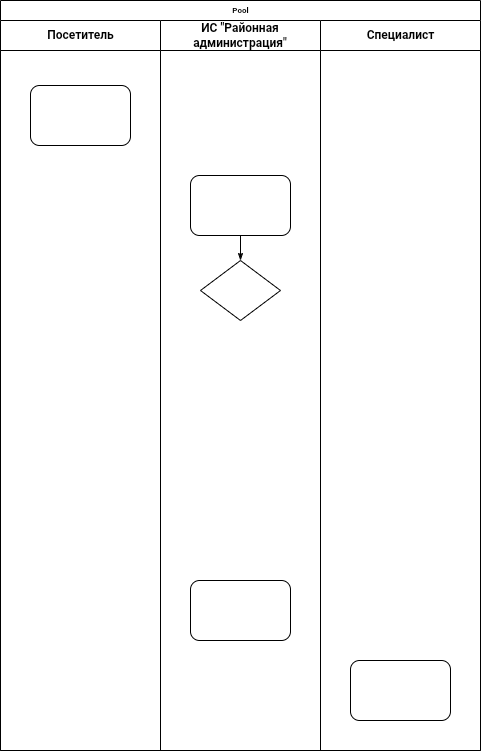
Avokada/ais_mtuci keeps this draw.io diagram as Диаграмма деятельности.drawio.png. Above is the earlier version. Source tidied: cells renumbered, new cells last; positions are measured from the earlier drawing's top-left corner, leaving out a move shared by most shapes.
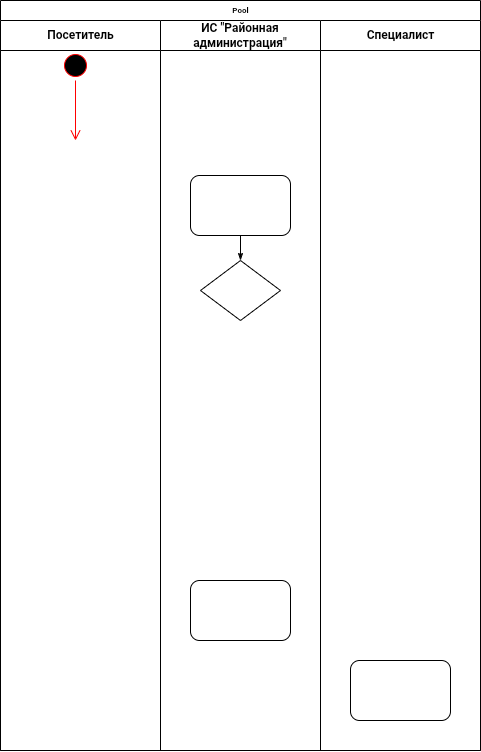
After the commit.

The edit, as a diff of the source:
```diff
@@ -8,9 +8,14 @@
     <mxCell id="3" value="Посетитель" style="swimlane;html=1;startSize=30;" parent="2" vertex="1">
       <mxGeometry y="20" width="160" height="730" as="geometry" />
     </mxCell>
-    <mxCell id="4" style="rounded=1;whiteSpace=wrap;html=1;shadow=0;labelBackgroundColor=none;strokeWidth=1;fontFamily=Verdana;fontSize=8;align=center;" parent="3" vertex="1">
-      <mxGeometry x="30" y="65" width="100" height="60" as="geometry" />
-    </mxCell>
+    <mxCell id="12" style="ellipse;html=1;shape=startState;fillColor=#000000;strokeColor=#ff0000;fontColor=#1A1A1A;" parent="3" vertex="1">
+      <mxGeometry x="60" y="30" width="30" height="30" as="geometry" />
+    </mxCell>
+    <mxCell id="13" style="edgeStyle=orthogonalEdgeStyle;html=1;verticalAlign=bottom;endArrow=open;endSize=8;strokeColor=#ff0000;rounded=0;fontColor=#1A1A1A;" parent="3" edge="1" source="12">
+      <mxGeometry relative="1" as="geometry">
+        <mxPoint x="75" y="120" as="targetPoint" />
+      </mxGeometry>
+    </mxCell>
     <mxCell id="5" value="ИС &quot;Районная администрация&quot;" style="swimlane;html=1;startSize=30;whiteSpace=wrap;" parent="2" vertex="1">
       <mxGeometry x="160" y="20" width="160" height="730" as="geometry" />
     </mxCell>
```
